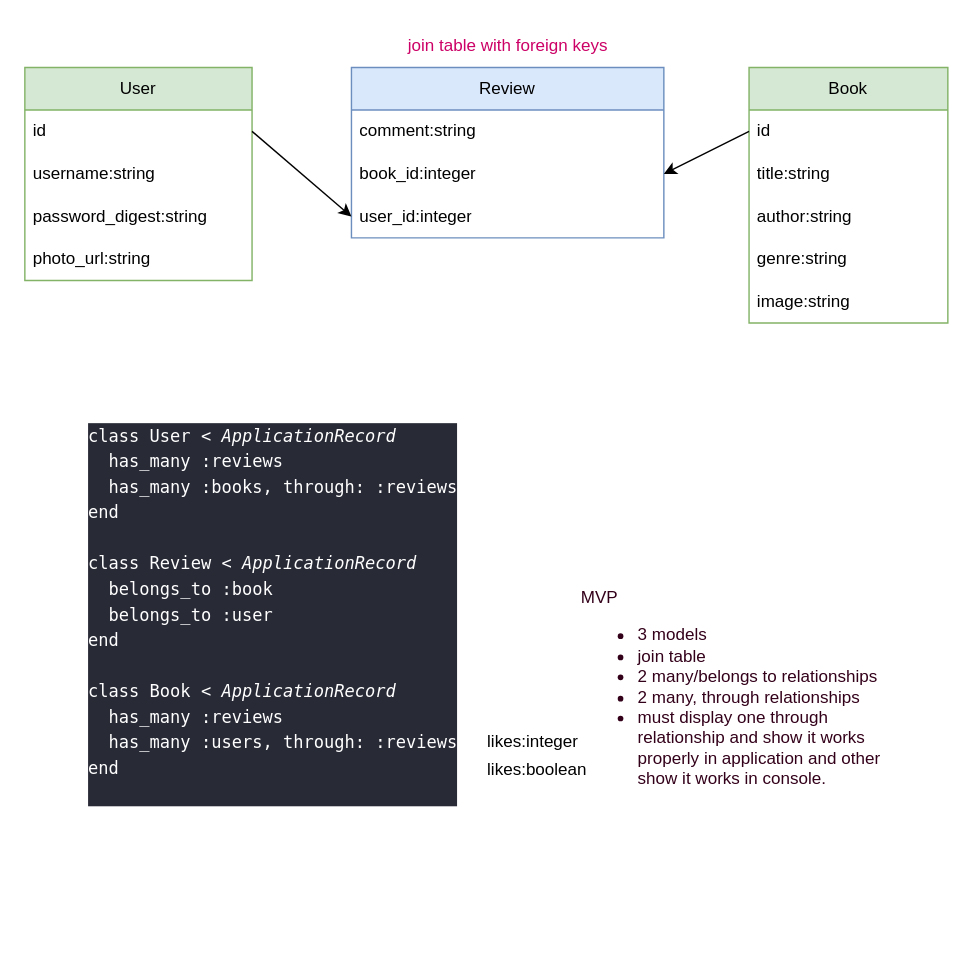
Above: ERD.drawio in rstarksmith/phase-4-project-shelfie-review (draw.io), before the change. Source tidied: cells renumbered, new cells numbered last; positions are measured from the earlier drawing's top-left corner, leaving out a move shared by most shapes. Both pictures are drawn from the tidied source at 142%, with x=0, y=0 at pixel (24, 24).
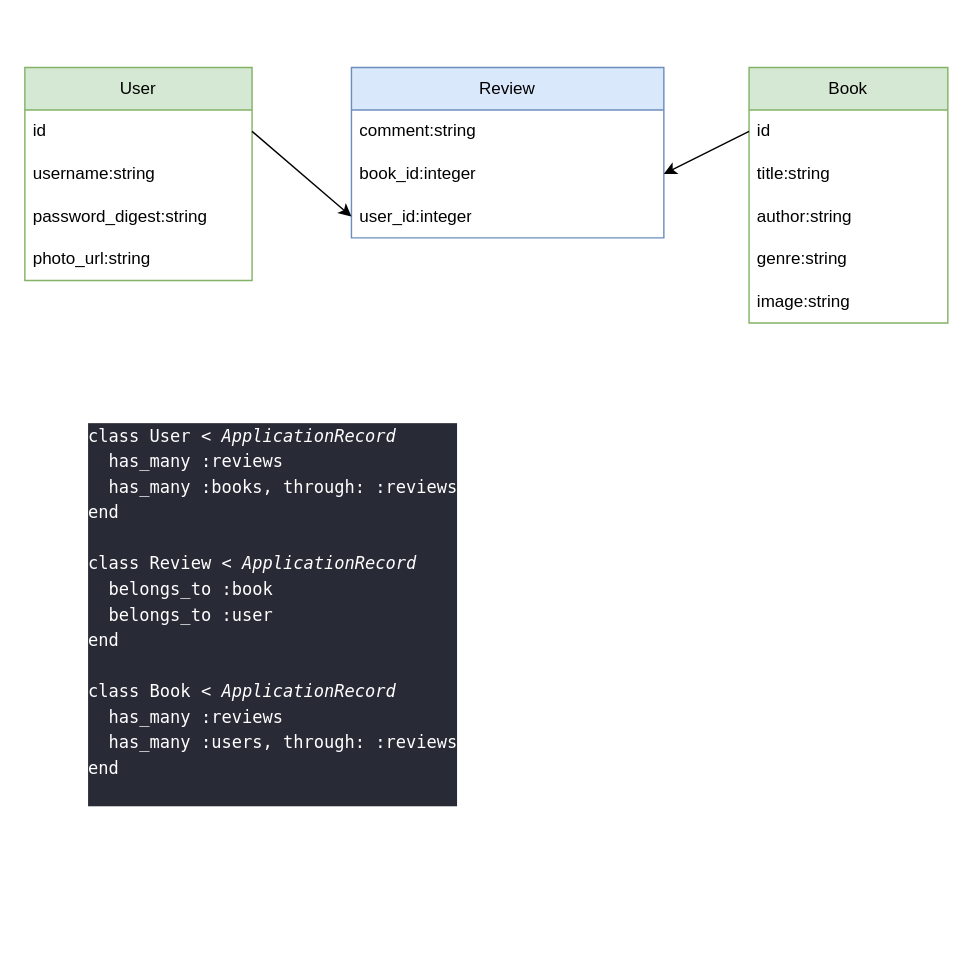
The same diagram, later.

Diff of the diagram source:
```diff
@@
-    <mxCell id="19" value="&lt;font color=&quot;#cc0066&quot;&gt;join table with foreign keys&lt;/font&gt;" style="text;html=1;align=center;verticalAlign=middle;strokeColor=none;fillColor=none;fontColor=#000099;" parent="1" vertex="1">
-      <mxGeometry x="260" width="160" height="30" as="geometry" />
-    </mxCell>
@@
-    <mxCell id="21" value="&lt;font color=&quot;#33001a&quot;&gt;MVP&lt;br&gt;&lt;ul&gt;&lt;li&gt;&lt;font color=&quot;#33001a&quot;&gt;3 models&lt;/font&gt;&lt;/li&gt;&lt;li&gt;&lt;font color=&quot;#33001a&quot;&gt;join table&lt;/font&gt;&lt;/li&gt;&lt;li&gt;&lt;font color=&quot;#33001a&quot;&gt;2 many/belongs to relationships&lt;/font&gt;&lt;/li&gt;&lt;li&gt;&lt;font color=&quot;#33001a&quot;&gt;2 many, through relationships&lt;/font&gt;&lt;/li&gt;&lt;li&gt;&lt;font color=&quot;#33001a&quot;&gt;must display one through relationship and show it works properly in application and other show it works in console.&lt;/font&gt;&lt;/li&gt;&lt;/ul&gt;&lt;/font&gt;" style="text;whiteSpace=wrap;html=1;fontColor=#FFFFFF;" parent="1" vertex="1">
-      <mxGeometry x="390" y="390" width="220" height="160" as="geometry" />
-    </mxCell>
-    <mxCell id="22" value="likes:integer" style="text;strokeColor=none;fillColor=none;align=left;verticalAlign=middle;spacingLeft=4;spacingRight=4;overflow=hidden;whiteSpace=wrap;html=1;" parent="1" vertex="1">
-      <mxGeometry x="320" y="490" width="160" height="30" as="geometry" />
-    </mxCell>
-    <mxCell id="23" value="likes:boolean" style="text;strokeColor=none;fillColor=none;align=left;verticalAlign=middle;spacingLeft=4;spacingRight=4;overflow=hidden;whiteSpace=wrap;html=1;" parent="1" vertex="1">
-      <mxGeometry x="320" y="510" width="160" height="30" as="geometry" />
-    </mxCell>
```
